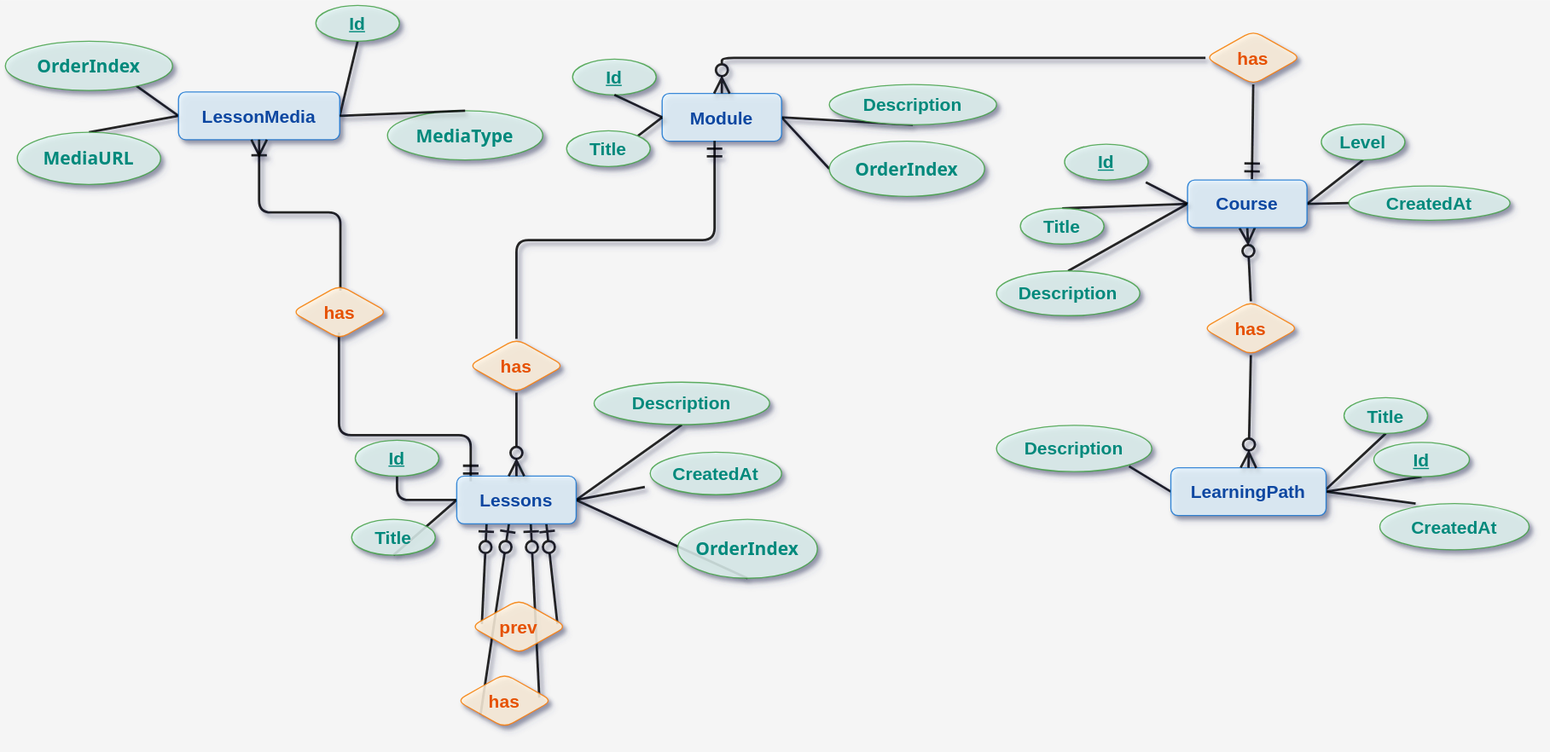
Earlier version of the draw.io export docs/public/assets/CH06/ERD/Figure_6.2_ERD-Part2.svg (moh123mos/duocodo-docs). Source tidied: cells renumbered, new cells last; positions are measured from the earlier drawing's top-left corner, leaving out a move shared by most shapes.
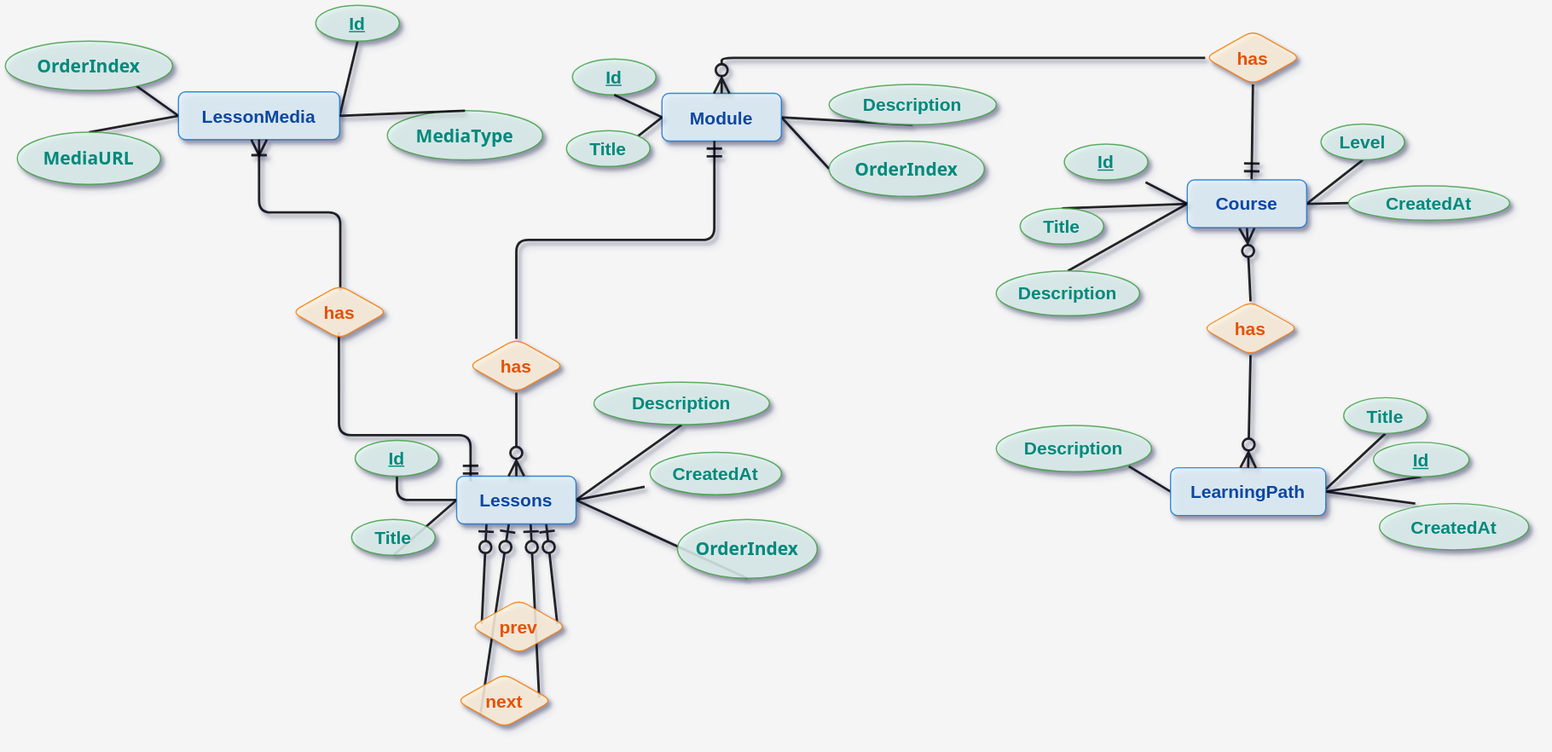
Later version of the same file.

Commit message:
fix ERD part 2 and 4

What changed in the source:
```diff
@@ -216,7 +216,7 @@
     <mxCell id="66" value="prev" style="rhombus;whiteSpace=wrap;html=1;rounded=1;arcSize=16;fontSize=15;fontStyle=1;fillColor=#FFF3E0;strokeColor=#F57C00;labelBackgroundColor=none;fontColor=#E65100;opacity=85;fontFamily=Arial;shadow=1;" parent="1" vertex="1">
       <mxGeometry x="390" y="498" width="80" height="45" as="geometry" />
     </mxCell>
-    <mxCell id="67" value="has" style="rhombus;whiteSpace=wrap;html=1;rounded=1;arcSize=16;fontSize=15;fontStyle=1;fillColor=#FFF3E0;strokeColor=#F57C00;labelBackgroundColor=none;fontColor=#E65100;opacity=85;fontFamily=Arial;shadow=1;" parent="1" vertex="1">
+    <mxCell id="67" value="next" style="rhombus;whiteSpace=wrap;html=1;rounded=1;arcSize=16;fontSize=15;fontStyle=1;fillColor=#FFF3E0;strokeColor=#F57C00;labelBackgroundColor=none;fontColor=#E65100;opacity=85;fontFamily=Arial;shadow=1;" parent="1" vertex="1">
       <mxGeometry x="378" y="560" width="80" height="45" as="geometry" />
     </mxCell>
     <mxCell id="68" value="has" style="rhombus;whiteSpace=wrap;html=1;rounded=1;arcSize=16;fontSize=15;fontStyle=1;fillColor=#FFF3E0;strokeColor=#F57C00;labelBackgroundColor=none;fontColor=#E65100;opacity=85;fontFamily=Arial;shadow=1;" parent="1" vertex="1">
```
